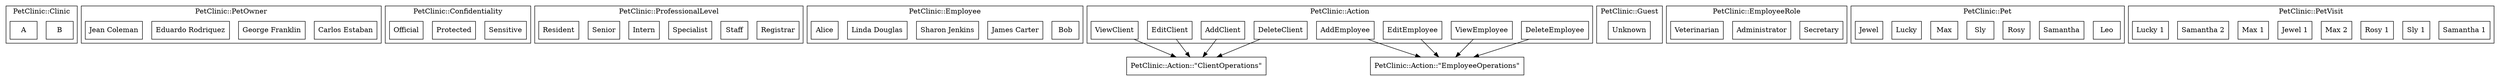
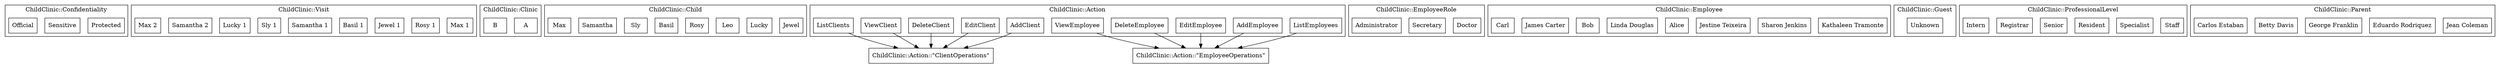
strict digraph {
	ordering="out"
	node[shape=box]
- 	subgraph "cluster_PetClinic::Clinic" {
- 		label="PetClinic::Clinic"
- 		"PetClinic::Clinic::\"B\"" [label="B"]
- 		"PetClinic::Clinic::\"A\"" [label="A"]
+ 	subgraph "cluster_ChildClinic::Confidentiality" {
+ 		label="ChildClinic::Confidentiality"
+ 		"ChildClinic::Confidentiality::\"Protected\"" [label="Protected"]
+ 		"ChildClinic::Confidentiality::\"Sensitive\"" [label="Sensitive"]
+ 		"ChildClinic::Confidentiality::\"Official\"" [label="Official"]
	}
- 	subgraph "cluster_PetClinic::PetOwner" {
- 		label="PetClinic::PetOwner"
- 		"PetClinic::PetOwner::\"Carlos Estaban\"" [label="Carlos Estaban"]
- 		"PetClinic::PetOwner::\"George Franklin\"" [label="George Franklin"]
- 		"PetClinic::PetOwner::\"Eduardo Rodriquez\"" [label="Eduardo Rodriquez"]
- 		"PetClinic::PetOwner::\"Jean Coleman\"" [label="Jean Coleman"]
+ 	subgraph "cluster_ChildClinic::Visit" {
+ 		label="ChildClinic::Visit"
+ 		"ChildClinic::Visit::\"Max 1\"" [label="Max 1"]
+ 		"ChildClinic::Visit::\"Rosy 1\"" [label="Rosy 1"]
+ 		"ChildClinic::Visit::\"Jewel 1\"" [label="Jewel 1"]
+ 		"ChildClinic::Visit::\"Basil 1\"" [label="Basil 1"]
+ 		"ChildClinic::Visit::\"Samantha 1\"" [label="Samantha 1"]
+ 		"ChildClinic::Visit::\"Sly 1\"" [label="Sly 1"]
+ 		"ChildClinic::Visit::\"Lucky 1\"" [label="Lucky 1"]
+ 		"ChildClinic::Visit::\"Samantha 2\"" [label="Samantha 2"]
+ 		"ChildClinic::Visit::\"Max 2\"" [label="Max 2"]
	}
- 	subgraph "cluster_PetClinic::Confidentiality" {
- 		label="PetClinic::Confidentiality"
- 		"PetClinic::Confidentiality::\"Sensitive\"" [label="Sensitive"]
- 		"PetClinic::Confidentiality::\"Protected\"" [label="Protected"]
- 		"PetClinic::Confidentiality::\"Official\"" [label="Official"]
+ 	subgraph "cluster_ChildClinic::Clinic" {
+ 		label="ChildClinic::Clinic"
+ 		"ChildClinic::Clinic::\"A\"" [label="A"]
+ 		"ChildClinic::Clinic::\"B\"" [label="B"]
	}
- 	subgraph "cluster_PetClinic::ProfessionalLevel" {
- 		label="PetClinic::ProfessionalLevel"
- 		"PetClinic::ProfessionalLevel::\"Registrar\"" [label="Registrar"]
- 		"PetClinic::ProfessionalLevel::\"Staff\"" [label="Staff"]
- 		"PetClinic::ProfessionalLevel::\"Specialist\"" [label="Specialist"]
- 		"PetClinic::ProfessionalLevel::\"Intern\"" [label="Intern"]
- 		"PetClinic::ProfessionalLevel::\"Senior\"" [label="Senior"]
- 		"PetClinic::ProfessionalLevel::\"Resident\"" [label="Resident"]
+ 	subgraph "cluster_ChildClinic::Child" {
+ 		label="ChildClinic::Child"
+ 		"ChildClinic::Child::\"Jewel\"" [label="Jewel"]
+ 		"ChildClinic::Child::\"Lucky\"" [label="Lucky"]
+ 		"ChildClinic::Child::\"Leo\"" [label="Leo"]
+ 		"ChildClinic::Child::\"Rosy\"" [label="Rosy"]
+ 		"ChildClinic::Child::\"Basil\"" [label="Basil"]
+ 		"ChildClinic::Child::\"Sly\"" [label="Sly"]
+ 		"ChildClinic::Child::\"Samantha\"" [label="Samantha"]
+ 		"ChildClinic::Child::\"Max\"" [label="Max"]
	}
- 	subgraph "cluster_PetClinic::Employee" {
- 		label="PetClinic::Employee"
- 		"PetClinic::Employee::\"Bob\"" [label="Bob"]
- 		"PetClinic::Employee::\"James Carter\"" [label="James Carter"]
- 		"PetClinic::Employee::\"Sharon Jenkins\"" [label="Sharon Jenkins"]
- 		"PetClinic::Employee::\"Linda Douglas\"" [label="Linda Douglas"]
- 		"PetClinic::Employee::\"Alice\"" [label="Alice"]
+ 	subgraph "cluster_ChildClinic::Action" {
+ 		label="ChildClinic::Action"
+ 		"ChildClinic::Action::\"AddClient\"" [label="AddClient"]
+ 		"ChildClinic::Action::\"EditClient\"" [label="EditClient"]
+ 		"ChildClinic::Action::\"DeleteClient\"" [label="DeleteClient"]
+ 		"ChildClinic::Action::\"ListEmployees\"" [label="ListEmployees"]
+ 		"ChildClinic::Action::\"AddEmployee\"" [label="AddEmployee"]
+ 		"ChildClinic::Action::\"EditEmployee\"" [label="EditEmployee"]
+ 		"ChildClinic::Action::\"ListClients\"" [label="ListClients"]
+ 		"ChildClinic::Action::\"DeleteEmployee\"" [label="DeleteEmployee"]
+ 		"ChildClinic::Action::\"ViewClient\"" [label="ViewClient"]
+ 		"ChildClinic::Action::\"ViewEmployee\"" [label="ViewEmployee"]
	}
- 	subgraph "cluster_PetClinic::Action" {
- 		label="PetClinic::Action"
- 		"PetClinic::Action::\"DeleteClient\"" [label="DeleteClient"]
- 		"PetClinic::Action::\"DeleteEmployee\"" [label="DeleteEmployee"]
- 		"PetClinic::Action::\"ViewEmployee\"" [label="ViewEmployee"]
- 		"PetClinic::Action::\"ViewClient\"" [label="ViewClient"]
- 		"PetClinic::Action::\"EditEmployee\"" [label="EditEmployee"]
- 		"PetClinic::Action::\"EditClient\"" [label="EditClient"]
- 		"PetClinic::Action::\"AddEmployee\"" [label="AddEmployee"]
- 		"PetClinic::Action::\"AddClient\"" [label="AddClient"]
+ 	subgraph "cluster_ChildClinic::EmployeeRole" {
+ 		label="ChildClinic::EmployeeRole"
+ 		"ChildClinic::EmployeeRole::\"Doctor\"" [label="Doctor"]
+ 		"ChildClinic::EmployeeRole::\"Secretary\"" [label="Secretary"]
+ 		"ChildClinic::EmployeeRole::\"Administrator\"" [label="Administrator"]
	}
- 	subgraph "cluster_PetClinic::Guest" {
- 		label="PetClinic::Guest"
- 		"PetClinic::Guest::\"Unknown\"" [label="Unknown"]
+ 	subgraph "cluster_ChildClinic::Employee" {
+ 		label="ChildClinic::Employee"
+ 		"ChildClinic::Employee::\"Kathaleen Tramonte\"" [label="Kathaleen Tramonte"]
+ 		"ChildClinic::Employee::\"Sharon Jenkins\"" [label="Sharon Jenkins"]
+ 		"ChildClinic::Employee::\"Jestine Teixeira\"" [label="Jestine Teixeira"]
+ 		"ChildClinic::Employee::\"Alice\"" [label="Alice"]
+ 		"ChildClinic::Employee::\"Linda Douglas\"" [label="Linda Douglas"]
+ 		"ChildClinic::Employee::\"Bob\"" [label="Bob"]
+ 		"ChildClinic::Employee::\"James Carter\"" [label="James Carter"]
+ 		"ChildClinic::Employee::\"Carl\"" [label="Carl"]
	}
- 	subgraph "cluster_PetClinic::EmployeeRole" {
- 		label="PetClinic::EmployeeRole"
- 		"PetClinic::EmployeeRole::\"Secretary\"" [label="Secretary"]
- 		"PetClinic::EmployeeRole::\"Administrator\"" [label="Administrator"]
- 		"PetClinic::EmployeeRole::\"Veterinarian\"" [label="Veterinarian"]
+ 	subgraph "cluster_ChildClinic::Guest" {
+ 		label="ChildClinic::Guest"
+ 		"ChildClinic::Guest::\"Unknown\"" [label="Unknown"]
	}
- 	subgraph "cluster_PetClinic::Pet" {
- 		label="PetClinic::Pet"
- 		"PetClinic::Pet::\"Leo\"" [label="Leo"]
- 		"PetClinic::Pet::\"Samantha\"" [label="Samantha"]
- 		"PetClinic::Pet::\"Rosy\"" [label="Rosy"]
- 		"PetClinic::Pet::\"Sly\"" [label="Sly"]
- 		"PetClinic::Pet::\"Max\"" [label="Max"]
- 		"PetClinic::Pet::\"Lucky\"" [label="Lucky"]
- 		"PetClinic::Pet::\"Jewel\"" [label="Jewel"]
+ 	subgraph "cluster_ChildClinic::ProfessionalLevel" {
+ 		label="ChildClinic::ProfessionalLevel"
+ 		"ChildClinic::ProfessionalLevel::\"Staff\"" [label="Staff"]
+ 		"ChildClinic::ProfessionalLevel::\"Specialist\"" [label="Specialist"]
+ 		"ChildClinic::ProfessionalLevel::\"Resident\"" [label="Resident"]
+ 		"ChildClinic::ProfessionalLevel::\"Senior\"" [label="Senior"]
+ 		"ChildClinic::ProfessionalLevel::\"Registrar\"" [label="Registrar"]
+ 		"ChildClinic::ProfessionalLevel::\"Intern\"" [label="Intern"]
	}
- 	subgraph "cluster_PetClinic::PetVisit" {
- 		label="PetClinic::PetVisit"
- 		"PetClinic::PetVisit::\"Samantha 1\"" [label="Samantha 1"]
- 		"PetClinic::PetVisit::\"Sly 1\"" [label="Sly 1"]
- 		"PetClinic::PetVisit::\"Rosy 1\"" [label="Rosy 1"]
- 		"PetClinic::PetVisit::\"Max 2\"" [label="Max 2"]
- 		"PetClinic::PetVisit::\"Jewel 1\"" [label="Jewel 1"]
- 		"PetClinic::PetVisit::\"Max 1\"" [label="Max 1"]
- 		"PetClinic::PetVisit::\"Samantha 2\"" [label="Samantha 2"]
- 		"PetClinic::PetVisit::\"Lucky 1\"" [label="Lucky 1"]
+ 	subgraph "cluster_ChildClinic::Parent" {
+ 		label="ChildClinic::Parent"
+ 		"ChildClinic::Parent::\"Jean Coleman\"" [label="Jean Coleman"]
+ 		"ChildClinic::Parent::\"Eduardo Rodriquez\"" [label="Eduardo Rodriquez"]
+ 		"ChildClinic::Parent::\"George Franklin\"" [label="George Franklin"]
+ 		"ChildClinic::Parent::\"Betty Davis\"" [label="Betty Davis"]
+ 		"ChildClinic::Parent::\"Carlos Estaban\"" [label="Carlos Estaban"]
	}
- 	"PetClinic::Action::\"DeleteClient\"" -> "PetClinic::Action::\"ClientOperations\""
- 	"PetClinic::Action::\"DeleteEmployee\"" -> "PetClinic::Action::\"EmployeeOperations\""
- 	"PetClinic::Action::\"ViewEmployee\"" -> "PetClinic::Action::\"EmployeeOperations\""
- 	"PetClinic::Action::\"ViewClient\"" -> "PetClinic::Action::\"ClientOperations\""
- 	"PetClinic::Action::\"EditEmployee\"" -> "PetClinic::Action::\"EmployeeOperations\""
- 	"PetClinic::Action::\"EditClient\"" -> "PetClinic::Action::\"ClientOperations\""
- 	"PetClinic::Action::\"AddEmployee\"" -> "PetClinic::Action::\"EmployeeOperations\""
- 	"PetClinic::Action::\"AddClient\"" -> "PetClinic::Action::\"ClientOperations\""
+ 	"ChildClinic::Action::\"AddClient\"" -> "ChildClinic::Action::\"ClientOperations\""
+ 	"ChildClinic::Action::\"EditClient\"" -> "ChildClinic::Action::\"ClientOperations\""
+ 	"ChildClinic::Action::\"DeleteClient\"" -> "ChildClinic::Action::\"ClientOperations\""
+ 	"ChildClinic::Action::\"ListEmployees\"" -> "ChildClinic::Action::\"EmployeeOperations\""
+ 	"ChildClinic::Action::\"AddEmployee\"" -> "ChildClinic::Action::\"EmployeeOperations\""
+ 	"ChildClinic::Action::\"EditEmployee\"" -> "ChildClinic::Action::\"EmployeeOperations\""
+ 	"ChildClinic::Action::\"ListClients\"" -> "ChildClinic::Action::\"ClientOperations\""
+ 	"ChildClinic::Action::\"DeleteEmployee\"" -> "ChildClinic::Action::\"EmployeeOperations\""
+ 	"ChildClinic::Action::\"ViewClient\"" -> "ChildClinic::Action::\"ClientOperations\""
+ 	"ChildClinic::Action::\"ViewEmployee\"" -> "ChildClinic::Action::\"EmployeeOperations\""
}

